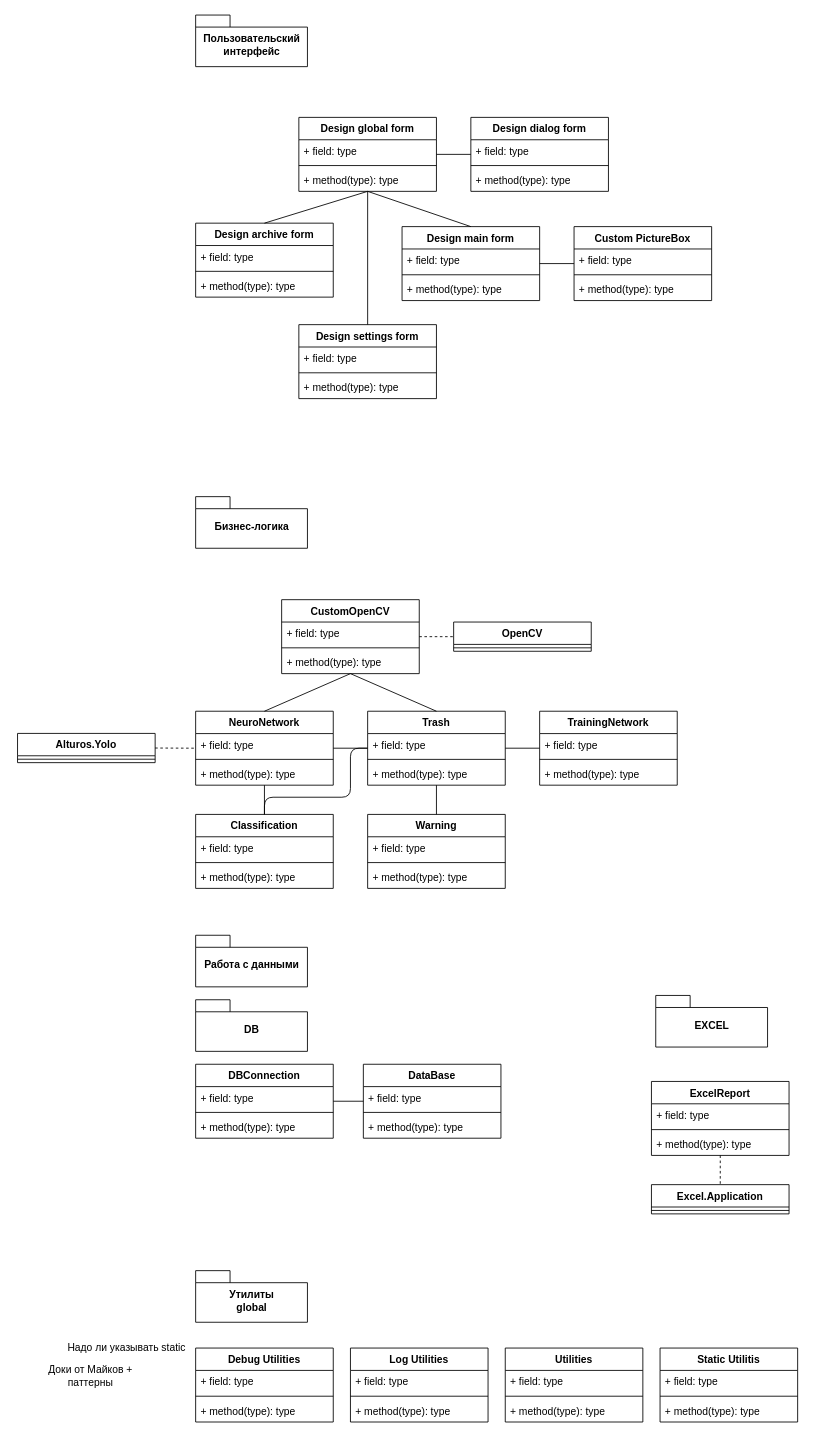
toshabelof/dissertation keeps this draw.io diagram as DOC/Detailed class diagram.drawio. Above is the earlier version. Source tidied: cells renumbered, new cells numbered last; positions are measured from the earlier drawing's top-left corner, leaving out a move shared by most shapes. Both pictures are drawn from the tidied source at 86%, with x=0, y=0 at pixel (17, 15).
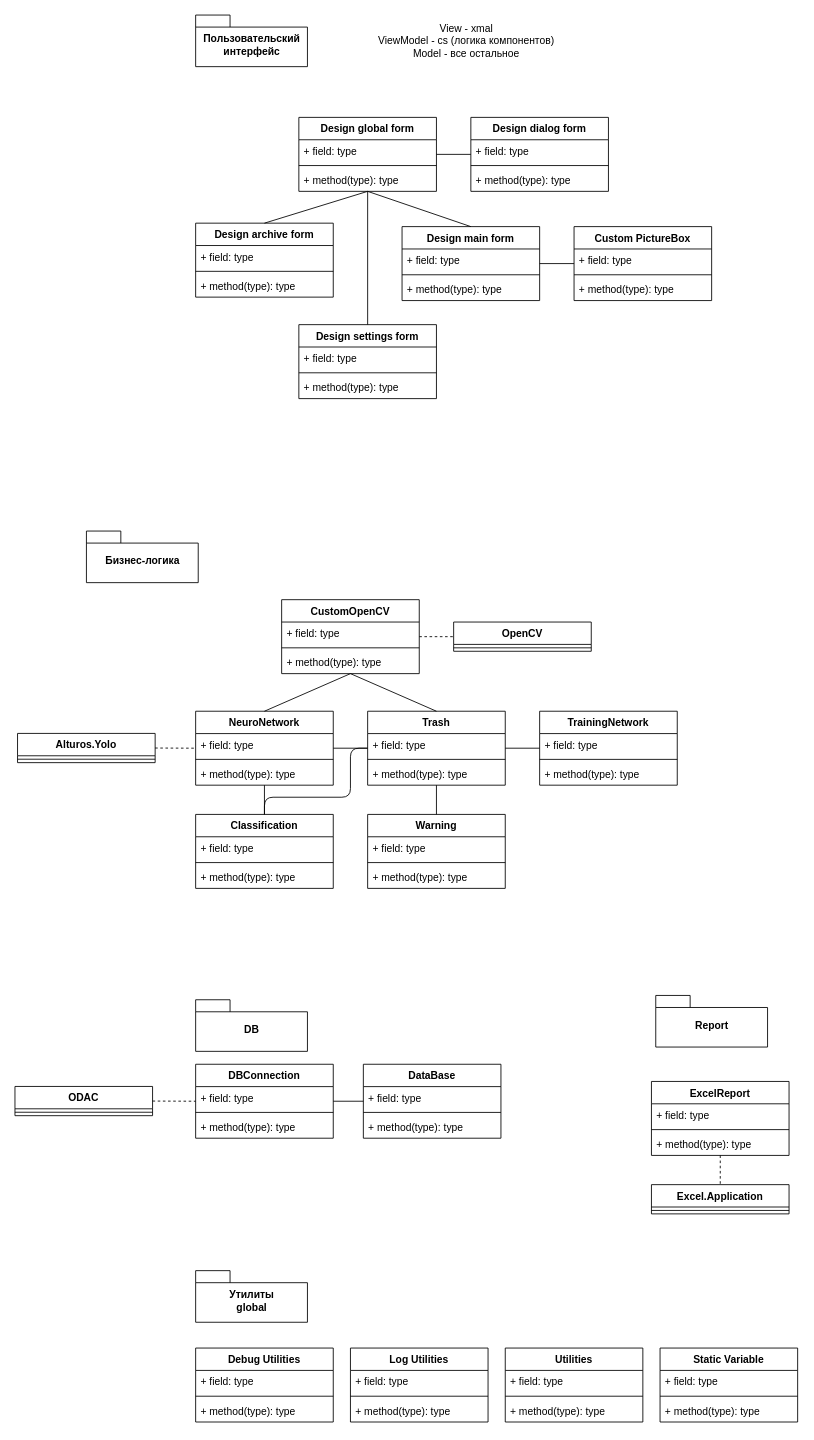
The same diagram, later.

Unchanged cells that the change refers to:
```xml
<mxCell id="55" value="DBConnection" style="swimlane;fontStyle=1;align=center;verticalAlign=top;horizontal=1;startSize=26;" parent="1" vertex="1">
  <mxGeometry x="207" y="1220" width="160" height="86" as="geometry" />
</mxCell>
```

What changed in the source:
```diff
@@
     <mxCell id="22" value="Бизнес-логика" style="shape=folder;fontStyle=1;spacingTop=10;tabWidth=40;tabHeight=14;tabPosition=left;html=1;" parent="1" vertex="1">
-      <mxGeometry x="207" y="560" width="130" height="60" as="geometry" />
+      <mxGeometry x="80" y="600" width="130" height="60" as="geometry" />
     </mxCell>
-    <mxCell id="23" value="Работа с данными" style="shape=folder;fontStyle=1;spacingTop=10;tabWidth=40;tabHeight=14;tabPosition=left;html=1;" parent="1" vertex="1">
-      <mxGeometry x="207" y="1070" width="130" height="60" as="geometry" />
-    </mxCell>
@@
-    <mxCell id="51" value="Static Utilitis" style="swimlane;fontStyle=1;align=center;verticalAlign=top;horizontal=1;startSize=26;" parent="1" vertex="1">
+    <mxCell id="51" value="Static Variable" style="swimlane;fontStyle=1;align=center;verticalAlign=top;horizontal=1;startSize=26;" parent="1" vertex="1">
       <mxGeometry x="747" y="1550" width="160" height="86" as="geometry" />
     </mxCell>
@@
-    <mxCell id="105" value="EXCEL" style="shape=folder;fontStyle=1;spacingTop=10;tabWidth=40;tabHeight=14;tabPosition=left;html=1;" parent="1" vertex="1">
+    <mxCell id="105" value="Report" style="shape=folder;fontStyle=1;spacingTop=10;tabWidth=40;tabHeight=14;tabPosition=left;html=1;" parent="1" vertex="1">
       <mxGeometry x="742" y="1140" width="130" height="60" as="geometry" />
     </mxCell>
-    <mxCell id="106" value="Надо ли указывать static" style="text;html=1;strokeColor=none;fillColor=none;align=center;verticalAlign=middle;whiteSpace=wrap;rounded=0;" parent="1" vertex="1">
-      <mxGeometry x="47" y="1540" width="160" height="20" as="geometry" />
-    </mxCell>
-    <mxCell id="107" value="Доки от Майков + паттерны" style="text;html=1;strokeColor=none;fillColor=none;align=center;verticalAlign=middle;whiteSpace=wrap;rounded=0;" parent="1" vertex="1">
-      <mxGeometry x="10" y="1573" width="150" height="20" as="geometry" />
-    </mxCell>
+    <mxCell id="108" value="ODAC" style="swimlane;fontStyle=1;align=center;verticalAlign=top;horizontal=1;startSize=26;" parent="1" vertex="1">
+      <mxGeometry x="-3.1" y="1245.8" width="160" height="34" as="geometry" />
+    </mxCell>
+    <mxCell id="109" style="line;strokeWidth=1;fillColor=none;align=left;verticalAlign=middle;spacingTop=-1;spacingLeft=3;spacingRight=3;labelPosition=right;" parent="108" vertex="1">
+      <mxGeometry y="26" width="160" height="8" as="geometry" />
+    </mxCell>
+    <mxCell id="110" style="endArrow=none;dashed=1;html=1;exitX=1;exitY=0.5;exitDx=0;exitDy=0;entryX=0;entryY=0.5;entryDx=0;entryDy=0;" parent="1" edge="1" source="108" target="55">
+      <mxGeometry relative="1" as="geometry" />
+    </mxCell>
+    <mxCell id="111" value="View - xmal&lt;br&gt;ViewModel - cs (логика компонентов)&lt;br&gt;Model - все остальное" style="text;html=1;strokeColor=none;fillColor=none;align=center;verticalAlign=middle;whiteSpace=wrap;rounded=0;" parent="1" vertex="1">
+      <mxGeometry x="417" width="210" height="60" as="geometry" />
+    </mxCell>
```
